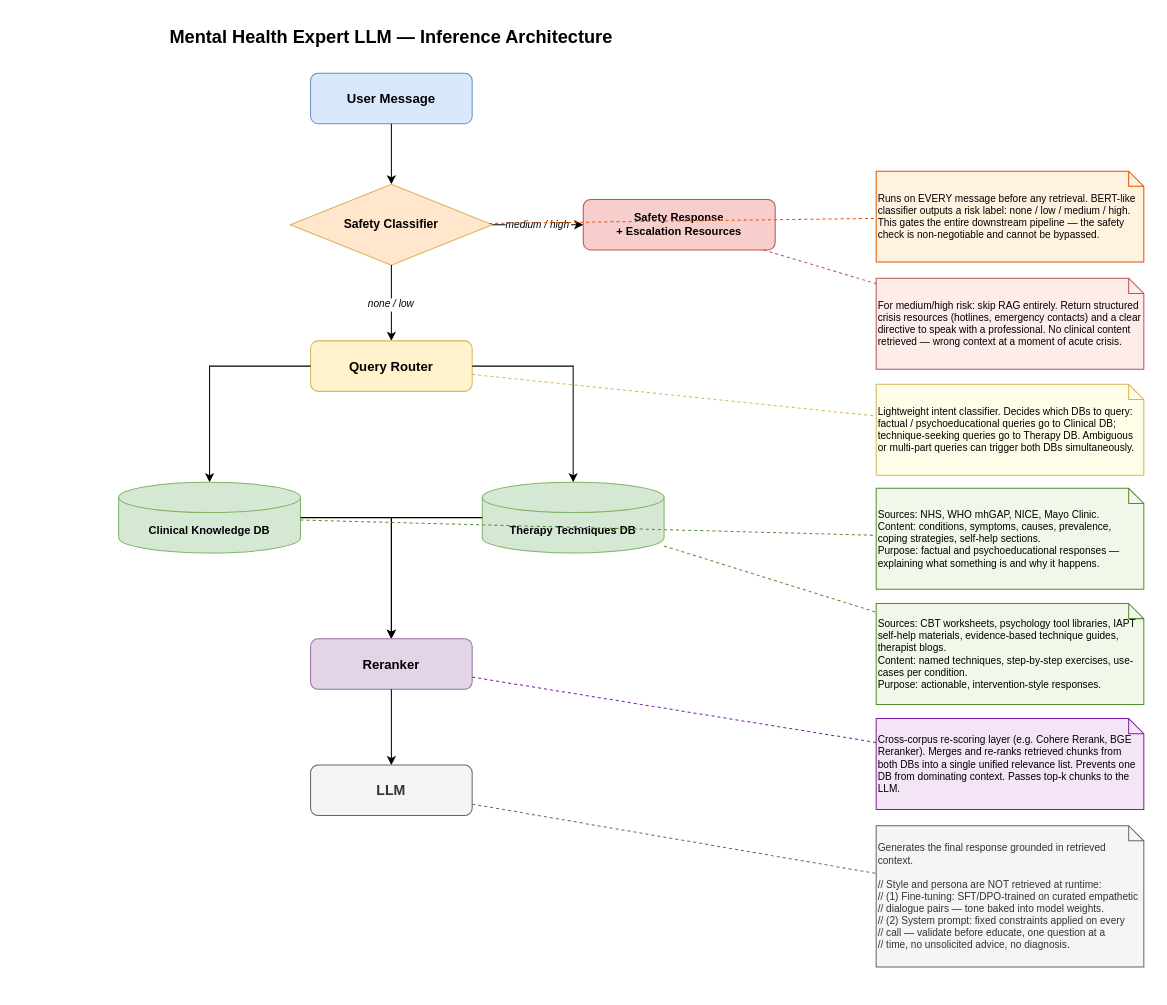
Earlier version of the draw.io diagram architecture.drawio (Maher-Wali/pfa). Source tidied: cells renumbered, new cells numbered last; positions are measured from the earlier drawing's top-left corner, leaving out a move shared by most shapes. Both pictures are drawn from the tidied source at 101%, with x=0, y=0 at pixel (108, 17).
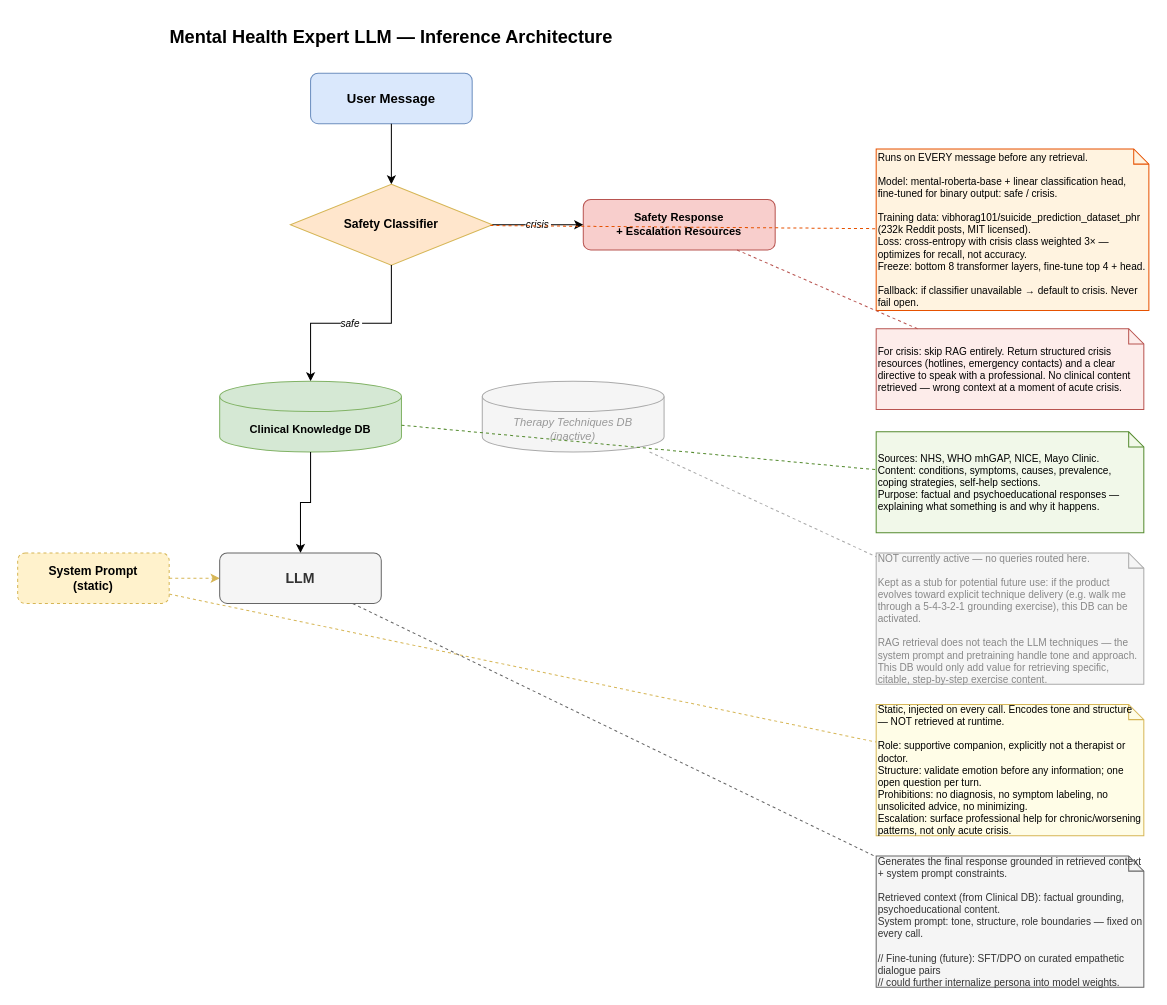
After the change.

Commit message (it also covers changes not shown here):
safety classifier

Unchanged cells that the change refers to:
```xml
<mxCell id="5" value="Safety Classifier" style="rhombus;whiteSpace=wrap;html=1;fillColor=#ffe6cc;strokeColor=#d6b656;fontStyle=1;fontSize=12;" parent="1" vertex="1">
  <mxGeometry x="180" y="165" width="200" height="80" as="geometry" />
</mxCell>
<mxCell id="6" value="Safety Response&#10;+ Escalation Resources" style="rounded=1;whiteSpace=wrap;html=1;fillColor=#f8cecc;strokeColor=#b85450;fontSize=11;fontStyle=1;" parent="1" vertex="1">
  <mxGeometry x="470" y="180" width="190" height="50" as="geometry" />
</mxCell>
```

Diff of the diagram source:
```diff
@@
-    <mxCell id="7" value="medium / high" style="edgeStyle=orthogonalEdgeStyle;rounded=0;fontSize=10;fontStyle=2;exitX=1;exitY=0.5;exitDx=0;exitDy=0;entryX=0;entryY=0.5;entryDx=0;entryDy=0;" parent="1" edge="1" source="5" target="6">
+    <mxCell id="7" value="crisis" style="edgeStyle=orthogonalEdgeStyle;rounded=0;fontSize=10;fontStyle=2;exitX=1;exitY=0.5;exitDx=0;exitDy=0;entryX=0;entryY=0.5;entryDx=0;entryDy=0;" parent="1" edge="1" source="5" target="6">
       <mxGeometry relative="1" as="geometry" />
     </mxCell>
-    <mxCell id="8" value="none / low" style="edgeStyle=orthogonalEdgeStyle;rounded=0;fontSize=10;fontStyle=2;exitX=0.5;exitY=1;exitDx=0;exitDy=0;entryX=0.5;entryY=0;entryDx=0;entryDy=0;" parent="1" edge="1" source="5" target="9">
-      <mxGeometry relative="1" as="geometry" />
-    </mxCell>
-    <mxCell id="9" value="Query Router" style="rounded=1;whiteSpace=wrap;html=1;fillColor=#fff2cc;strokeColor=#d6b656;fontStyle=1;fontSize=13;" parent="1" vertex="1">
-      <mxGeometry x="200" y="320" width="160" height="50" as="geometry" />
-    </mxCell>
-    <mxCell id="10" style="edgeStyle=orthogonalEdgeStyle;rounded=0;" parent="1" edge="1" source="9" target="12">
-      <mxGeometry relative="1" as="geometry" />
-    </mxCell>
-    <mxCell id="11" style="edgeStyle=orthogonalEdgeStyle;rounded=0;" parent="1" edge="1" source="9" target="13">
-      <mxGeometry relative="1" as="geometry" />
-    </mxCell>
+    <mxCell id="33" value="safe" style="edgeStyle=orthogonalEdgeStyle;rounded=0;fontSize=10;fontStyle=2;exitX=0.5;exitY=1;exitDx=0;exitDy=0;entryX=0.5;entryY=0;entryDx=0;entryDy=0;" parent="1" edge="1" source="5" target="12">
+      <mxGeometry relative="1" as="geometry" />
+    </mxCell>
     <mxCell id="12" value="Clinical Knowledge DB" style="shape=cylinder3;whiteSpace=wrap;html=1;boundedLbl=1;backgroundOutline=1;size=15;fillColor=#d5e8d4;strokeColor=#82b366;fontStyle=1;fontSize=11;" parent="1" vertex="1">
-      <mxGeometry x="10" y="460" width="180" height="70" as="geometry" />
+      <mxGeometry x="110" y="360" width="180" height="70" as="geometry" />
     </mxCell>
-    <mxCell id="13" value="Therapy Techniques DB" style="shape=cylinder3;whiteSpace=wrap;html=1;boundedLbl=1;backgroundOutline=1;size=15;fillColor=#d5e8d4;strokeColor=#82b366;fontStyle=1;fontSize=11;" parent="1" vertex="1">
-      <mxGeometry x="370" y="460" width="180" height="70" as="geometry" />
+    <mxCell id="13" value="Therapy Techniques DB&#10;(inactive)" style="shape=cylinder3;whiteSpace=wrap;html=1;boundedLbl=1;backgroundOutline=1;size=15;fillColor=#f5f5f5;strokeColor=#aaaaaa;fontStyle=2;fontSize=11;fontColor=#999999;" parent="1" vertex="1">
+      <mxGeometry x="370" y="360" width="180" height="70" as="geometry" />
     </mxCell>
-    <mxCell id="14" style="edgeStyle=orthogonalEdgeStyle;rounded=0;" parent="1" edge="1" source="12" target="16">
-      <mxGeometry relative="1" as="geometry" />
-    </mxCell>
-    <mxCell id="15" style="edgeStyle=orthogonalEdgeStyle;rounded=0;" parent="1" edge="1" source="13" target="16">
-      <mxGeometry relative="1" as="geometry" />
-    </mxCell>
-    <mxCell id="16" value="Reranker" style="rounded=1;whiteSpace=wrap;html=1;fillColor=#e1d5e7;strokeColor=#9673a6;fontStyle=1;fontSize=13;" parent="1" vertex="1">
-      <mxGeometry x="200" y="615" width="160" height="50" as="geometry" />
-    </mxCell>
-    <mxCell id="17" style="edgeStyle=orthogonalEdgeStyle;rounded=0;" parent="1" edge="1" source="16" target="18">
-      <mxGeometry relative="1" as="geometry" />
-    </mxCell>
+    <mxCell id="34" style="edgeStyle=orthogonalEdgeStyle;rounded=0;" parent="1" edge="1" source="12" target="18">
+      <mxGeometry relative="1" as="geometry" />
+    </mxCell>
+    <mxCell id="35" value="System Prompt&#10;(static)" style="rounded=1;whiteSpace=wrap;html=1;fillColor=#fff2cc;strokeColor=#d6b656;fontStyle=1;fontSize=12;dashed=1;" parent="1" vertex="1">
+      <mxGeometry x="-90" y="530" width="150" height="50" as="geometry" />
+    </mxCell>
+    <mxCell id="36" style="edgeStyle=orthogonalEdgeStyle;rounded=0;dashed=1;strokeColor=#d6b656;" parent="1" edge="1" source="35" target="18">
+      <mxGeometry relative="1" as="geometry" />
+    </mxCell>
     <mxCell id="18" value="LLM" style="rounded=1;whiteSpace=wrap;html=1;fillColor=#f5f5f5;strokeColor=#666666;fontStyle=1;fontSize=14;fontColor=#333333;" parent="1" vertex="1">
-      <mxGeometry x="200" y="740" width="160" height="50" as="geometry" />
+      <mxGeometry x="110" y="530" width="160" height="50" as="geometry" />
     </mxCell>
-    <mxCell id="19" value="Runs on EVERY message before any retrieval. BERT-like classifier outputs a risk label: none / low / medium / high. This gates the entire downstream pipeline — the safety check is non-negotiable and cannot be bypassed." style="shape=note;whiteSpace=wrap;html=1;backgroundOutline=1;size=15;fillColor=#fff3e0;strokeColor=#e65100;fontSize=10;align=left;" parent="1" vertex="1">
-      <mxGeometry x="760" y="152" width="265" height="90" as="geometry" />
+    <mxCell id="19" value="Runs on EVERY message before any retrieval.&#10;&#10;Model: mental-roberta-base + linear classification head, fine-tuned for binary output: safe / crisis.&#10;&#10;Training data: vibhorag101/suicide_prediction_dataset_phr (232k Reddit posts, MIT licensed).&#10;Loss: cross-entropy with crisis class weighted 3× — optimizes for recall, not accuracy.&#10;Freeze: bottom 8 transformer layers, fine-tune top 4 + head.&#10;&#10;Fallback: if classifier unavailable → default to crisis. Never fail open." style="shape=note;whiteSpace=wrap;html=1;backgroundOutline=1;size=15;fillColor=#fff3e0;strokeColor=#e65100;fontSize=10;align=left;" parent="1" vertex="1">
+      <mxGeometry x="760" y="130" width="270" height="160" as="geometry" />
     </mxCell>
@@
-    <mxCell id="21" value="For medium/high risk: skip RAG entirely. Return structured crisis resources (hotlines, emergency contacts) and a clear directive to speak with a professional. No clinical content retrieved — wrong context at a moment of acute crisis." style="shape=note;whiteSpace=wrap;html=1;backgroundOutline=1;size=15;fillColor=#fdecea;strokeColor=#b85450;fontSize=10;align=left;" parent="1" vertex="1">
-      <mxGeometry x="760" y="258" width="265" height="90" as="geometry" />
+    <mxCell id="21" value="For crisis: skip RAG entirely. Return structured crisis resources (hotlines, emergency contacts) and a clear directive to speak with a professional. No clinical content retrieved — wrong context at a moment of acute crisis." style="shape=note;whiteSpace=wrap;html=1;backgroundOutline=1;size=15;fillColor=#fdecea;strokeColor=#b85450;fontSize=10;align=left;" parent="1" vertex="1">
+      <mxGeometry x="760" y="308" width="265" height="80" as="geometry" />
     </mxCell>
@@
-    <mxCell id="23" value="Lightweight intent classifier. Decides which DBs to query: factual / psychoeducational queries go to Clinical DB; technique-seeking queries go to Therapy DB. Ambiguous or multi-part queries can trigger both DBs simultaneously." style="shape=note;whiteSpace=wrap;html=1;backgroundOutline=1;size=15;fillColor=#fffde7;strokeColor=#d6b656;fontSize=10;align=left;" parent="1" vertex="1">
-      <mxGeometry x="760" y="363" width="265" height="90" as="geometry" />
-    </mxCell>
-    <mxCell id="24" style="dashed=1;endArrow=none;strokeColor=#d6b656;rounded=0;" parent="1" edge="1" source="9" target="23">
-      <mxGeometry relative="1" as="geometry" />
-    </mxCell>
     <mxCell id="25" value="Sources: NHS, WHO mhGAP, NICE, Mayo Clinic.&#10;Content: conditions, symptoms, causes, prevalence, coping strategies, self-help sections.&#10;Purpose: factual and psychoeducational responses — explaining what something is and why it happens." style="shape=note;whiteSpace=wrap;html=1;backgroundOutline=1;size=15;fillColor=#f1f8e9;strokeColor=#558b2f;fontSize=10;align=left;" parent="1" vertex="1">
-      <mxGeometry x="760" y="466" width="265" height="100" as="geometry" />
+      <mxGeometry x="760" y="410" width="265" height="100" as="geometry" />
     </mxCell>
@@
-    <mxCell id="27" value="Sources: CBT worksheets, psychology tool libraries, IAPT self-help materials, evidence-based technique guides, therapist blogs.&#10;Content: named techniques, step-by-step exercises, use-cases per condition.&#10;Purpose: actionable, intervention-style responses." style="shape=note;whiteSpace=wrap;html=1;backgroundOutline=1;size=15;fillColor=#f1f8e9;strokeColor=#558b2f;fontSize=10;align=left;" parent="1" vertex="1">
-      <mxGeometry x="760" y="580" width="265" height="100" as="geometry" />
+    <mxCell id="27" value="NOT currently active — no queries routed here.&#10;&#10;Kept as a stub for potential future use: if the product evolves toward explicit technique delivery (e.g. walk me through a 5-4-3-2-1 grounding exercise), this DB can be activated.&#10;&#10;RAG retrieval does not teach the LLM techniques — the system prompt and pretraining handle tone and approach. This DB would only add value for retrieving specific, citable, step-by-step exercise content." style="shape=note;whiteSpace=wrap;html=1;backgroundOutline=1;size=15;fillColor=#f5f5f5;strokeColor=#aaaaaa;fontSize=10;align=left;fontColor=#888888;" parent="1" vertex="1">
+      <mxGeometry x="760" y="530" width="265" height="130" as="geometry" />
     </mxCell>
-    <mxCell id="28" style="dashed=1;endArrow=none;strokeColor=#558b2f;rounded=0;" parent="1" edge="1" source="13" target="27">
+    <mxCell id="28" style="dashed=1;endArrow=none;strokeColor=#aaaaaa;rounded=0;" parent="1" edge="1" source="13" target="27">
       <mxGeometry relative="1" as="geometry" />
     </mxCell>
-    <mxCell id="29" value="Cross-corpus re-scoring layer (e.g. Cohere Rerank, BGE Reranker). Merges and re-ranks retrieved chunks from both DBs into a single unified relevance list. Prevents one DB from dominating context. Passes top-k chunks to the LLM." style="shape=note;whiteSpace=wrap;html=1;backgroundOutline=1;size=15;fillColor=#f3e5f5;strokeColor=#7b1fa2;fontSize=10;align=left;" parent="1" vertex="1">
-      <mxGeometry x="760" y="694" width="265" height="90" as="geometry" />
-    </mxCell>
-    <mxCell id="30" style="dashed=1;endArrow=none;strokeColor=#7b1fa2;rounded=0;" parent="1" edge="1" source="16" target="29">
-      <mxGeometry relative="1" as="geometry" />
-    </mxCell>
+    <mxCell id="37" value="Static, injected on every call. Encodes tone and structure — NOT retrieved at runtime.&#10;&#10;Role: supportive companion, explicitly not a therapist or doctor.&#10;Structure: validate emotion before any information; one open question per turn.&#10;Prohibitions: no diagnosis, no symptom labeling, no unsolicited advice, no minimizing.&#10;Escalation: surface professional help for chronic/worsening patterns, not only acute crisis." style="shape=note;whiteSpace=wrap;html=1;backgroundOutline=1;size=15;fillColor=#fffde7;strokeColor=#d6b656;fontSize=10;align=left;" parent="1" vertex="1">
+      <mxGeometry x="760" y="680" width="265" height="130" as="geometry" />
+    </mxCell>
+    <mxCell id="38" style="dashed=1;endArrow=none;strokeColor=#d6b656;rounded=0;" parent="1" edge="1" source="35" target="37">
+      <mxGeometry relative="1" as="geometry" />
+    </mxCell>
-    <mxCell id="31" value="Generates the final response grounded in retrieved context.&#10;&#10;// Style and persona are NOT retrieved at runtime:&#10;// (1) Fine-tuning: SFT/DPO-trained on curated empathetic&#10;//     dialogue pairs — tone baked into model weights.&#10;// (2) System prompt: fixed constraints applied on every&#10;//     call — validate before educate, one question at a&#10;//     time, no unsolicited advice, no diagnosis." style="shape=note;whiteSpace=wrap;html=1;backgroundOutline=1;size=15;fillColor=#f5f5f5;strokeColor=#666666;fontSize=10;align=left;fontColor=#333333;" parent="1" vertex="1">
-      <mxGeometry x="760" y="800" width="265" height="140" as="geometry" />
+    <mxCell id="31" value="Generates the final response grounded in retrieved context + system prompt constraints.&#10;&#10;Retrieved context (from Clinical DB): factual grounding, psychoeducational content.&#10;System prompt: tone, structure, role boundaries — fixed on every call.&#10;&#10;// Fine-tuning (future): SFT/DPO on curated empathetic dialogue pairs&#10;// could further internalize persona into model weights." style="shape=note;whiteSpace=wrap;html=1;backgroundOutline=1;size=15;fillColor=#f5f5f5;strokeColor=#666666;fontSize=10;align=left;fontColor=#333333;" parent="1" vertex="1">
+      <mxGeometry x="760" y="830" width="265" height="130" as="geometry" />
     </mxCell>
```
